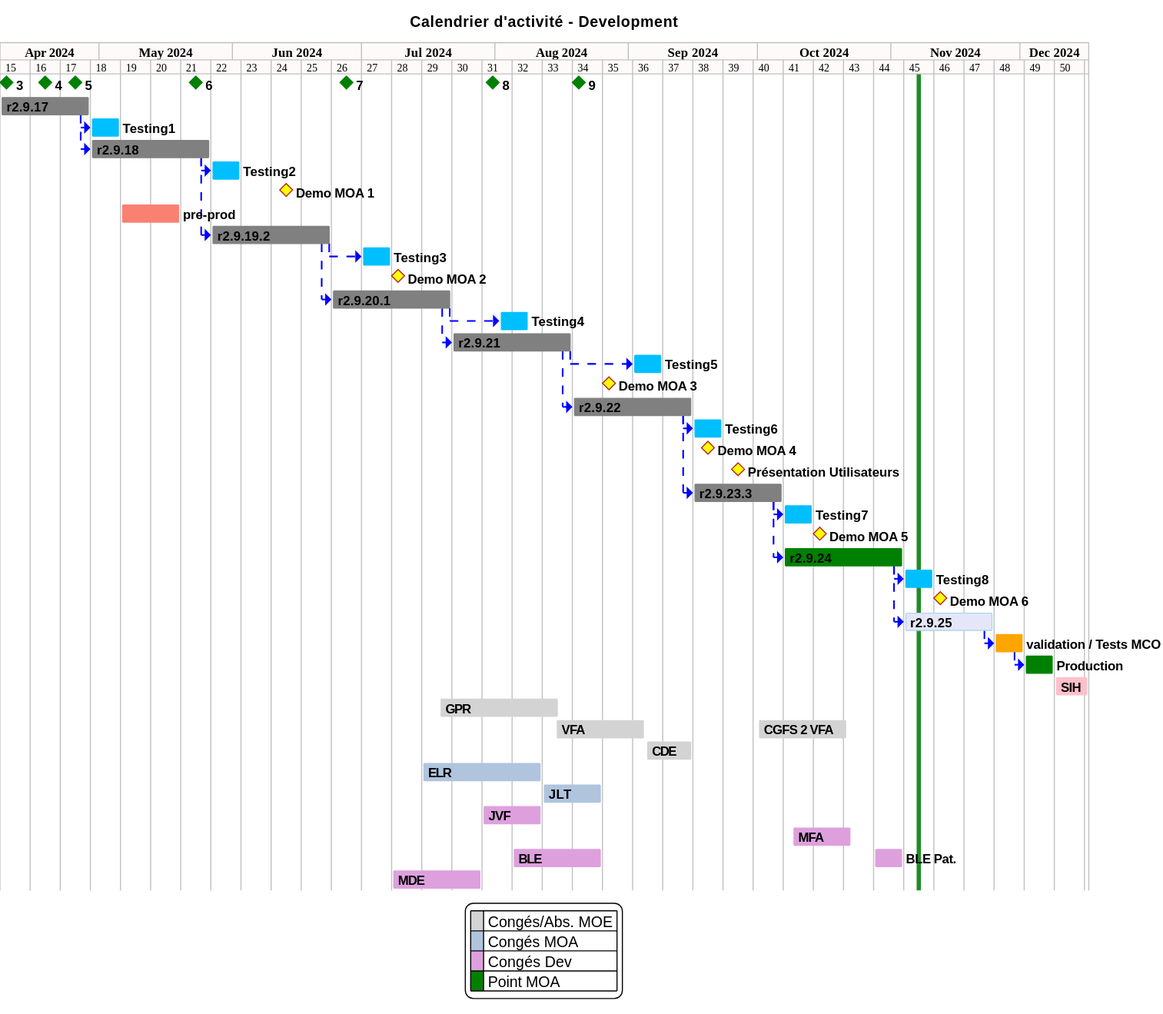
Earlier version of the PlantUML export projects/activity-calendar/not/images/refonte-activity-calendar-planning-sprints.svg (sumaris-net/sumaris-doc).
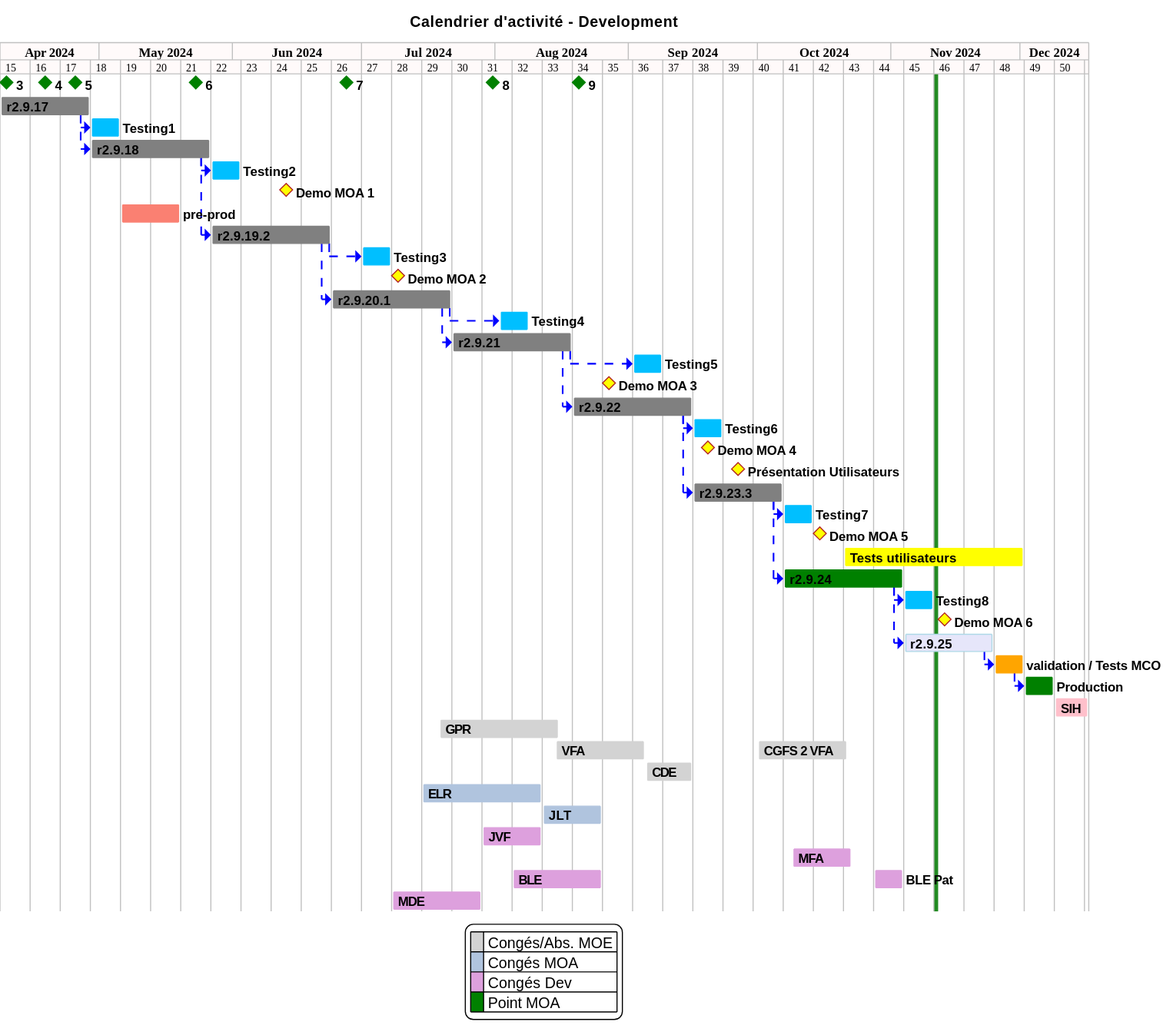
Later version of the same file.

Commit message:
[not] Update planning for COPIL meeting

What changed in the source:
```diff
@@ -156,12 +156,15 @@
 [Testing7] requires 1 week and starts the 22th of September 2024
 [Demo MOA 5] happens 2 day after [Testing7]'s end
 
+[Tests utilisateurs] as [TASK10] requires 6 week and starts the 21th of October 2024
+[TASK10] is colored in yellow
+
 [r2.9.24] as [TASK8] requires 4 weeks and starts the 7th of October 2024
 [TASK8] is colored in green
 [TASK7]->[TASK8]
 [TASK8]->[Testing8]
 [Testing8] requires 1 week and starts the 22th of September 2024
-[Demo MOA 6] happens 2 day after [Testing8]'s end
+[Demo MOA 6] happens 3 day after [Testing8]'s end
 
 [r2.9.25] as [TASK9] requires 3 weeks and starts the 4th of November 2024
 [TASK9] is colored in Lavender/LightBlue
@@ -200,10 +203,9 @@
 [BLE] as [CONG_BLE] requires 3 week and starts the 5th of August 2024 and requires 2 week and starts the 28th of October 2024
 [BLE] is colored in plum
 
-[BLE Pat.] as [PAT_BLE] requires 1 week and starts the 28th of October 2024
-[BLE Pat.] is colored in plum
-
-[BLE Pat.] displays on same row as [BLE]
+[BLE Pat] as [PAT_BLE] requires 1 week and starts the 28th of October 2024
+[BLE Pat] is colored in plum
+[BLE Pat] displays on same row as [BLE]
 
 [MDE] as [CONG_MDE] requires 3 week and starts the 8th of July 2024
 [MDE] is colored in plum
```
